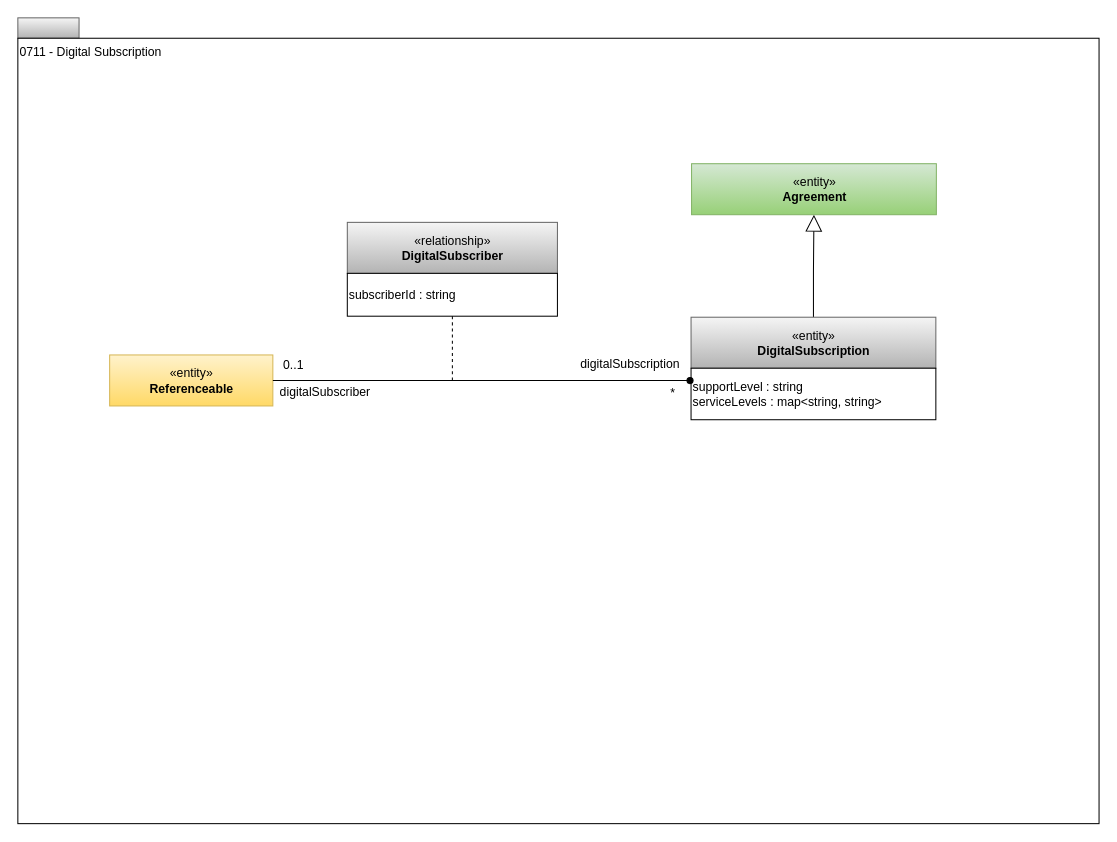
odpi/egeria-docs keeps this draw.io diagram as page "0711-Digital-Subscription" (3 of 14) of site/docs/types/7/area-7-lineage.drawio. Above is the earlier version. Source tidied: cells renumbered, new cells numbered last; positions are measured from the earlier drawing's top-left corner, leaving out a move shared by most shapes. Both pictures are drawn from the tidied source at 102%, with x=0, y=0 at pixel (17, 17).
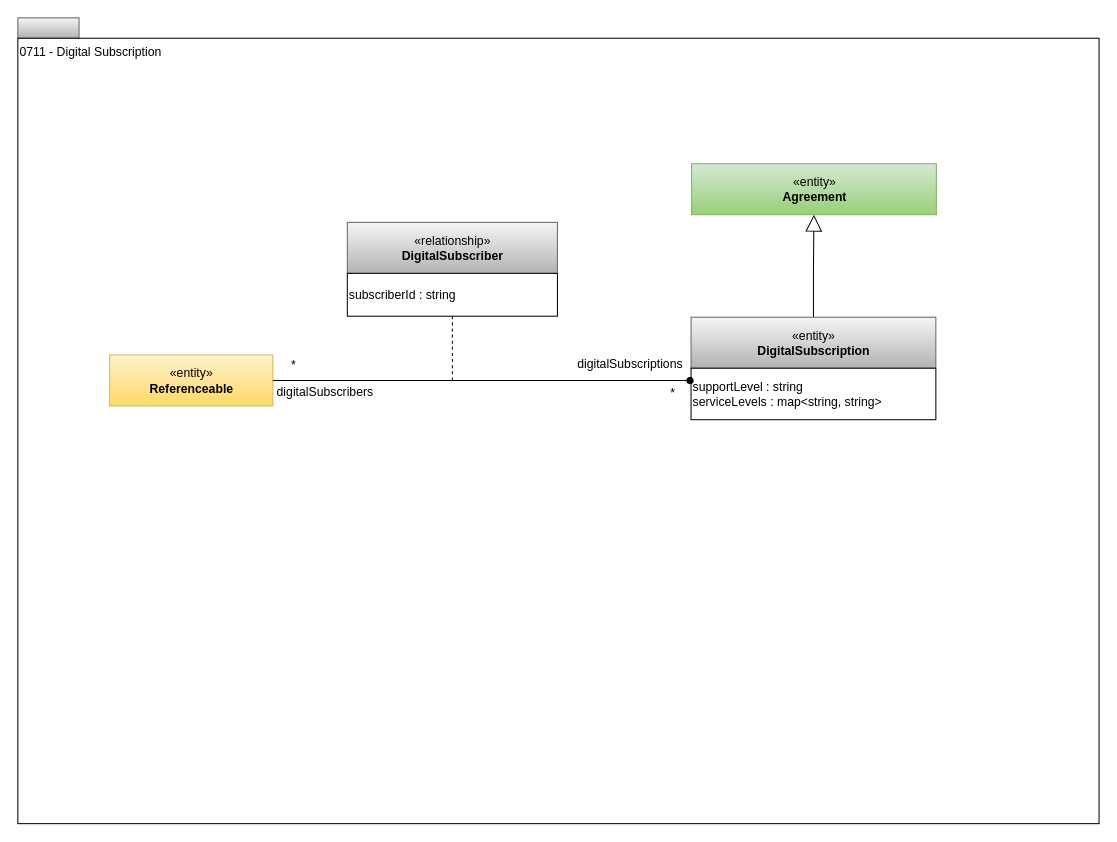
After the change.

Diff of the diagram source:
```diff
@@
 <mxGraphModel>
   <root>
     <mxCell id="0" />
     <mxCell id="1" parent="0" />
     <mxCell id="2" style="rounded=0;whiteSpace=wrap;html=1;align=left;fillColor=#f5f5f5;strokeColor=#666666;gradientColor=#b3b3b3;" parent="1" vertex="1">
       <mxGeometry width="60" height="20" as="geometry" />
     </mxCell>
     <mxCell id="3" value="0711 - Digital Subscription" style="rounded=0;whiteSpace=wrap;html=1;align=left;verticalAlign=top;" parent="1" vertex="1">
       <mxGeometry y="20" width="1060" height="770" as="geometry" />
     </mxCell>
     <mxCell id="4" style="edgeStyle=orthogonalEdgeStyle;rounded=0;jettySize=auto;html=1;exitX=0.5;exitY=0;exitDx=0;exitDy=0;startArrow=none;startFill=0;endArrow=block;endFill=0;endSize=14;strokeWidth=1;" parent="1" edge="1" source="5" target="16">
       <mxGeometry relative="1" as="geometry" />
     </mxCell>
     <mxCell id="5" value="«entity»&lt;br&gt;&lt;b&gt;DigitalSubscription&lt;br&gt;&lt;/b&gt;" style="html=1;strokeColor=#666666;align=center;fillColor=#f5f5f5;gradientColor=#b3b3b3;" parent="1" vertex="1">
       <mxGeometry x="660" y="293.5" width="240" height="50" as="geometry" />
     </mxCell>
     <mxCell id="6" value="supportLevel : string&lt;br&gt;serviceLevels : map&amp;lt;string, string&amp;gt;&lt;br&gt;&lt;div style=&quot;text-align: left&quot;&gt;&lt;/div&gt;" style="rounded=0;whiteSpace=wrap;html=1;strokeColor=#000000;gradientColor=#ffffff;align=left;perimeterSpacing=1;" parent="1" vertex="1">
       <mxGeometry x="660" y="343.5" width="240" height="50.5" as="geometry" />
     </mxCell>
     <mxCell id="7" value="*" style="text;html=1;align=center;verticalAlign=top;spacingTop=-4;" parent="1" vertex="1">
       <mxGeometry x="634.5" y="358" width="15" height="14" as="geometry" />
     </mxCell>
     <mxCell id="8" value="«entity»&lt;br&gt;&lt;b&gt;Referenceable&lt;/b&gt;" style="html=1;strokeColor=#d6b656;align=center;fillColor=#fff2cc;gradientColor=#ffd966;" parent="1" vertex="1">
       <mxGeometry x="90" y="330.5" width="160" height="50" as="geometry" />
     </mxCell>
     <mxCell id="9" value="«relationship»&lt;br&gt;&lt;b&gt;DigitalSubscriber&lt;/b&gt;" style="html=1;strokeColor=#666666;align=center;fillColor=#f5f5f5;gradientColor=#b3b3b3;" parent="1" vertex="1">
       <mxGeometry x="323" y="200.5" width="206" height="50" as="geometry" />
     </mxCell>
     <mxCell id="10" value="subscriberId : string" style="rounded=0;whiteSpace=wrap;html=1;strokeColor=#000000;gradientColor=#ffffff;align=left;" parent="1" vertex="1">
       <mxGeometry x="323" y="250.5" width="206" height="42" as="geometry" />
     </mxCell>
     <mxCell id="11" style="edgeStyle=orthogonalEdgeStyle;rounded=0;html=1;exitX=0.5;exitY=1;dashed=1;endArrow=none;endFill=0;jettySize=auto;exitDx=0;exitDy=0;" parent="1" edge="1" source="10">
       <mxGeometry relative="1" as="geometry">
         <mxPoint x="426" y="356" as="targetPoint" />
       </mxGeometry>
     </mxCell>
-    <mxCell id="12" value="digitalSubscriber" style="text;html=1;align=center;verticalAlign=middle;strokeColor=none;fillColor=none;" parent="1" vertex="1">
-      <mxGeometry x="245.5" y="352" width="110" height="30" as="geometry" />
+    <mxCell id="12" value="digitalSubscribers" style="text;html=1;align=center;verticalAlign=middle;strokeColor=none;fillColor=none;" parent="1" vertex="1">
+      <mxGeometry x="240.5" y="352" width="120" height="30" as="geometry" />
     </mxCell>
-    <mxCell id="13" value="0..1" style="text;html=1;align=center;verticalAlign=middle;strokeColor=none;fillColor=none;" parent="1" vertex="1">
-      <mxGeometry x="250" y="326" width="40" height="30" as="geometry" />
+    <mxCell id="13" value="*" style="text;html=1;align=center;verticalAlign=middle;strokeColor=none;fillColor=none;" parent="1" vertex="1">
+      <mxGeometry x="255" y="326" width="30" height="30" as="geometry" />
     </mxCell>
-    <mxCell id="14" value="digitalSubscription" style="text;html=1;align=center;verticalAlign=middle;strokeColor=none;fillColor=none;" parent="1" vertex="1">
-      <mxGeometry x="540" y="324.5" width="120" height="30" as="geometry" />
+    <mxCell id="14" value="digitalSubscriptions" style="text;html=1;align=center;verticalAlign=middle;strokeColor=none;fillColor=none;" parent="1" vertex="1">
+      <mxGeometry x="535" y="324.5" width="130" height="30" as="geometry" />
     </mxCell>
     <mxCell id="15" style="edgeStyle=orthogonalEdgeStyle;rounded=0;jettySize=auto;html=1;exitX=1;exitY=0.5;exitDx=0;exitDy=0;entryX=0;entryY=0.25;entryDx=0;entryDy=0;startArrow=none;startFill=0;endArrow=oval;endFill=1;endSize=6;" parent="1" edge="1" source="8" target="6">
       <mxGeometry relative="1" as="geometry" />
     </mxCell>
     <mxCell id="16" value="«entity»&lt;br&gt;&lt;b&gt;Agreement&lt;br&gt;&lt;/b&gt;" style="html=1;strokeColor=#82b366;align=center;fillColor=#d5e8d4;gradientColor=#97d077;" parent="1" vertex="1">
       <mxGeometry x="660.5" y="143" width="240" height="50" as="geometry" />
     </mxCell>
   </root>
 </mxGraphModel>
```
